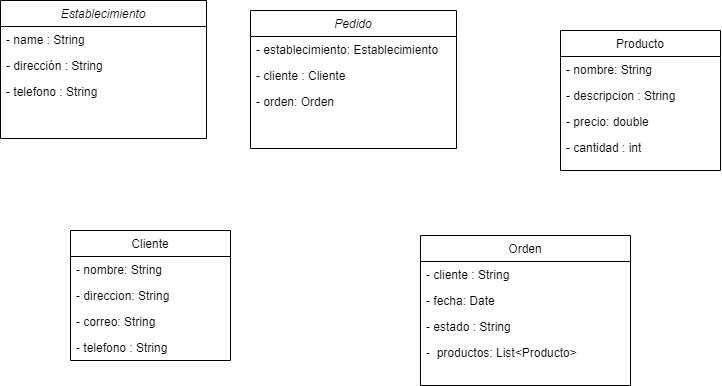
This is Diagrama sin título.drawio.png from Tumbaditoboy/pollitopio, a draw.io export, as it was before one commit. Source tidied: cells renumbered, new cells last; positions are measured from the earlier drawing's top-left corner, leaving out a move shared by most shapes.
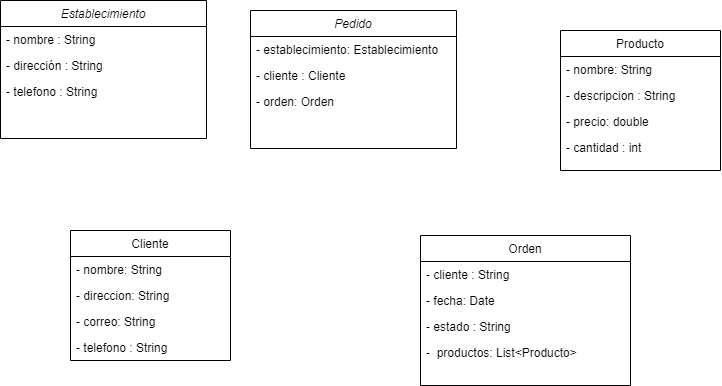
The same diagram one commit later.

What changed in the source:
```diff
@@ -62,7 +62,7 @@
     <mxCell id="21" value="Establecimiento" style="swimlane;fontStyle=2;align=center;verticalAlign=top;horizontal=1;startSize=26;rounded=0;shadow=0;strokeWidth=1;" parent="1" vertex="1">
       <mxGeometry width="206" height="138" as="geometry" />
     </mxCell>
-    <mxCell id="22" value="- name : String" style="text;align=left;verticalAlign=top;spacingLeft=4;spacingRight=4;overflow=hidden;" parent="21" vertex="1">
+    <mxCell id="22" value="- nombre : String" style="text;align=left;verticalAlign=top;spacingLeft=4;spacingRight=4;overflow=hidden;" parent="21" vertex="1">
       <mxGeometry y="26" width="206" height="26" as="geometry" />
     </mxCell>
     <mxCell id="23" value="- dirección : String" style="text;align=left;verticalAlign=top;spacingLeft=4;spacingRight=4;overflow=hidden;rounded=0;shadow=0;html=0;" parent="21" vertex="1">
```
